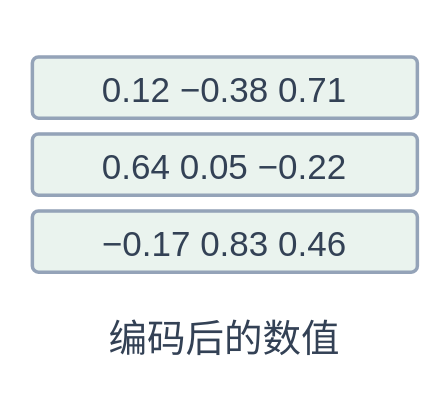
Before: assets/components/vectors.drawio in henry867/drawio-visuals-skill, a draw.io diagram. Source tidied: cells renumbered, new cells numbered last; positions are measured from the earlier drawing's top-left corner, leaving out a move shared by most shapes. Both pictures are drawn from the tidied source at 175%, with x=0, y=0 at pixel (32, 30).
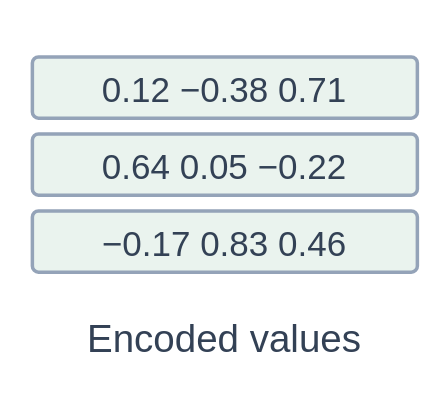
After the change.

Change to the diagram source:
```diff
@@
 <mxGraphModel background="#FFFFFF">
   <root>
     <mxCell id="0" />
     <mxCell id="1" parent="0" />
     <mxCell id="2" style="group;" parent="1" vertex="1">
       <mxGeometry width="220" height="200" as="geometry" />
     </mxCell>
     <mxCell id="3" value="0.12  −0.38  0.71" style="html=1;whiteSpace=wrap;fontFamily=Helvetica;fontSize=20;fontColor=#334155;rounded=1;arcSize=10;fillColor=#EAF3EE;strokeColor=#94A3B8;strokeWidth=2;" parent="2" vertex="1">
       <mxGeometry y="15" width="220" height="35" as="geometry" />
     </mxCell>
     <mxCell id="4" value="0.64   0.05 −0.22" style="html=1;whiteSpace=wrap;fontFamily=Helvetica;fontSize=20;fontColor=#334155;rounded=1;arcSize=10;fillColor=#EAF3EE;strokeColor=#94A3B8;strokeWidth=2;" parent="2" vertex="1">
       <mxGeometry y="59" width="220" height="35" as="geometry" />
     </mxCell>
     <mxCell id="5" value="−0.17  0.83  0.46" style="html=1;whiteSpace=wrap;fontFamily=Helvetica;fontSize=20;fontColor=#334155;rounded=1;arcSize=10;fillColor=#EAF3EE;strokeColor=#94A3B8;strokeWidth=2;" parent="2" vertex="1">
       <mxGeometry y="103" width="220" height="35" as="geometry" />
     </mxCell>
-    <mxCell id="6" value="编码后的数值" style="html=1;whiteSpace=wrap;fontFamily=Helvetica;fontSize=20;fontColor=#334155;text;fillColor=none;strokeColor=none;align=center;verticalAlign=middle;fontSize=22;fontColor=#334155;" parent="2" vertex="1">
+    <mxCell id="6" value="Encoded values" style="html=1;whiteSpace=wrap;fontFamily=Helvetica;fontSize=20;fontColor=#334155;text;fillColor=none;strokeColor=none;align=center;verticalAlign=middle;fontSize=22;fontColor=#334155;" parent="2" vertex="1">
       <mxGeometry y="161" width="220" height="32" as="geometry" />
     </mxCell>
   </root>
 </mxGraphModel>
```
